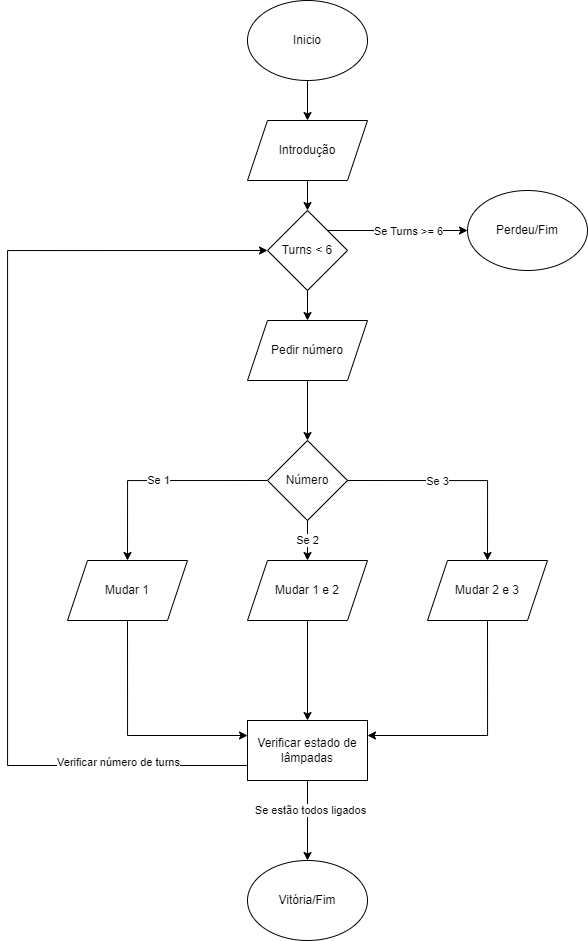
Above: FluxogramaLP1.png in JoaoSaMarques/Projeto1-Grupo2 (draw.io), before the change. Source tidied: cells renumbered, new cells last; positions are measured from the earlier drawing's top-left corner, leaving out a move shared by most shapes.
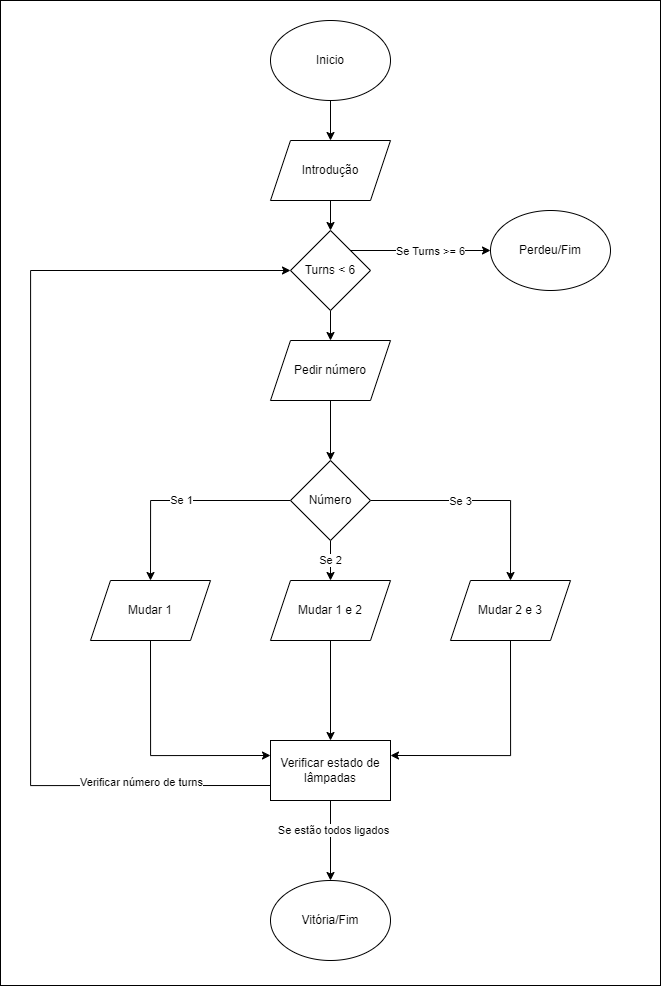
Later version of the same file.

Diff of the diagram source:
```diff
@@ -2,6 +2,9 @@
   <root>
     <mxCell id="0" />
     <mxCell id="1" parent="0" />
+    <mxCell id="30" style="rounded=0;whiteSpace=wrap;html=1;" parent="1" vertex="1">
+      <mxGeometry x="-30" y="-20" width="660" height="985" as="geometry" />
+    </mxCell>
     <mxCell id="2" style="edgeStyle=orthogonalEdgeStyle;rounded=0;jettySize=auto;html=1;exitX=0.5;exitY=1;exitDx=0;exitDy=0;entryX=0.5;entryY=0;entryDx=0;entryDy=0;" parent="1" edge="1" source="3">
       <mxGeometry relative="1" as="geometry">
         <mxPoint x="300" y="120" as="targetPoint" />
```
